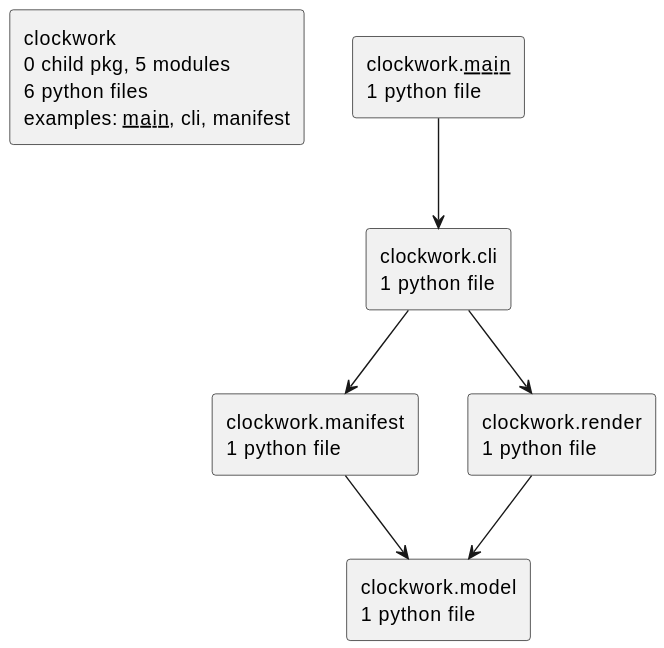
casonk/clockwork keeps this PlantUML diagram as docs/diagrams/python-packages.puml.svg. Above is the earlier version.
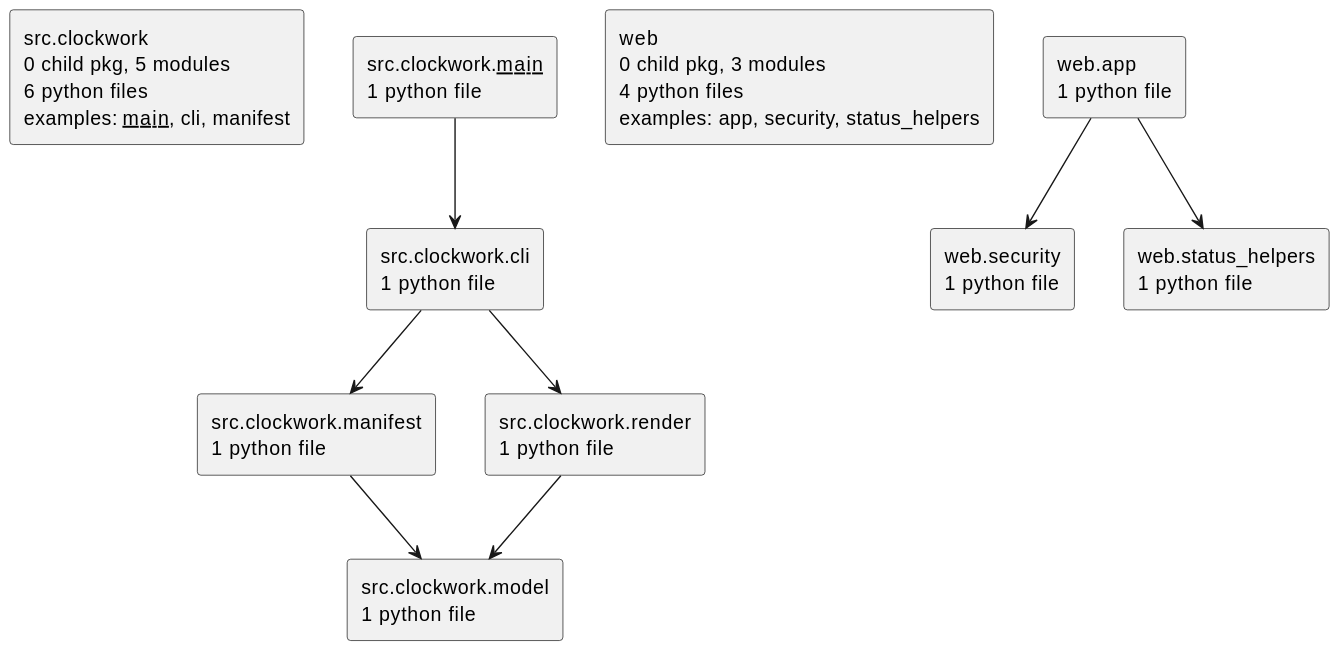
Later version of the same file.

The edit, as a diff of the source:
```diff
@@ -2,15 +2,21 @@
 set namespaceSeparator none
 top to bottom direction
 skinparam componentStyle rectangle
-rectangle "clockwork\n0 child pkg, 5 modules\n6 python files\nexamples: __main__, cli, manifest" as clockwork
-rectangle "clockwork.__main__\n1 python file" as clockwork.__main__
-rectangle "clockwork.cli\n1 python file" as clockwork.cli
-rectangle "clockwork.manifest\n1 python file" as clockwork.manifest
-rectangle "clockwork.model\n1 python file" as clockwork.model
-rectangle "clockwork.render\n1 python file" as clockwork.render
-clockwork.__main__ --> clockwork.cli
-clockwork.cli --> clockwork.manifest
-clockwork.cli --> clockwork.render
-clockwork.manifest --> clockwork.model
-clockwork.render --> clockwork.model
+rectangle "src.clockwork\n0 child pkg, 5 modules\n6 python files\nexamples: __main__, cli, manifest" as src.clockwork
+rectangle "src.clockwork.__main__\n1 python file" as src.clockwork.__main__
+rectangle "src.clockwork.cli\n1 python file" as src.clockwork.cli
+rectangle "src.clockwork.manifest\n1 python file" as src.clockwork.manifest
+rectangle "src.clockwork.model\n1 python file" as src.clockwork.model
+rectangle "src.clockwork.render\n1 python file" as src.clockwork.render
+rectangle "web\n0 child pkg, 3 modules\n4 python files\nexamples: app, security, status_helpers" as web
+rectangle "web.app\n1 python file" as web.app
+rectangle "web.security\n1 python file" as web.security
+rectangle "web.status_helpers\n1 python file" as web.status_helpers
+src.clockwork.__main__ --> src.clockwork.cli
+src.clockwork.cli --> src.clockwork.manifest
+src.clockwork.cli --> src.clockwork.render
+src.clockwork.manifest --> src.clockwork.model
+src.clockwork.render --> src.clockwork.model
+web.app --> web.security
+web.app --> web.status_helpers
 @enduml
```
